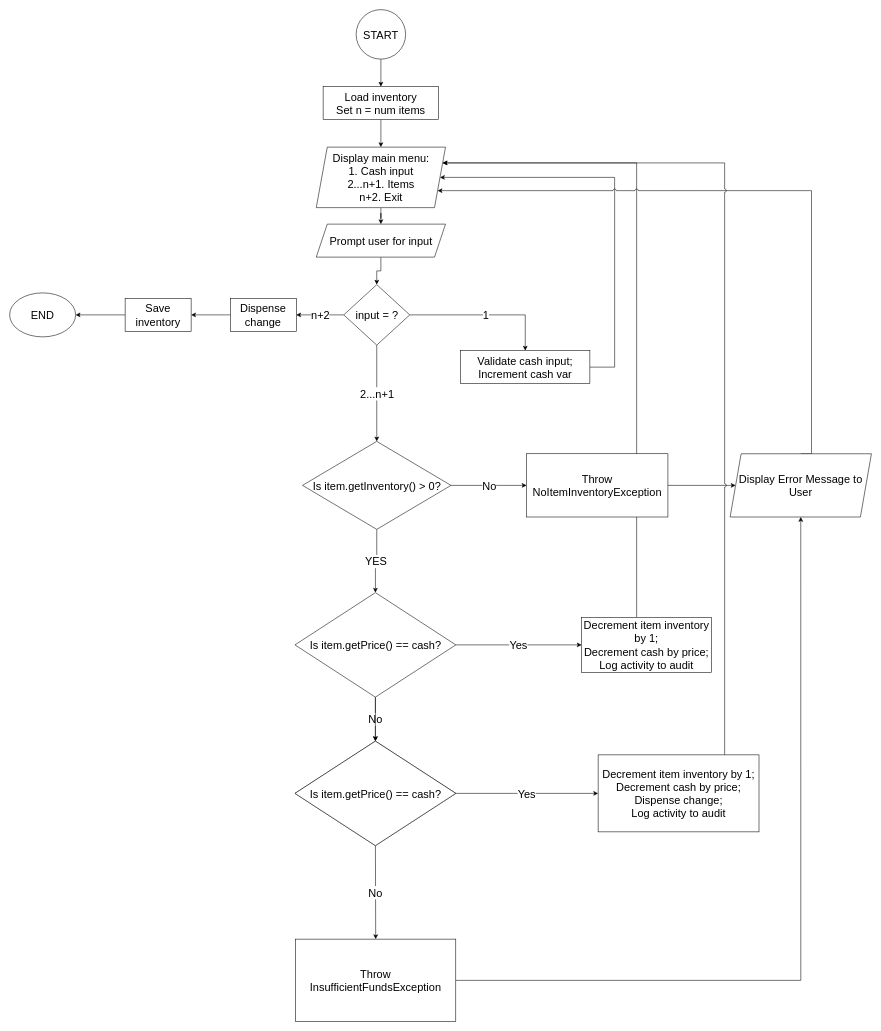
Earlier version of the draw.io diagram page "Flowchart" (3 of 4) of VendingMachineDesign.drawio (The-Software-Guild/vending-machine-assessment-austinwongdev). Source tidied: cells renumbered, new cells numbered last; positions are measured from the earlier drawing's top-left corner, leaving out a move shared by most shapes. Both pictures are drawn from the tidied source at 55%, with x=0, y=0 at pixel (9, 9).
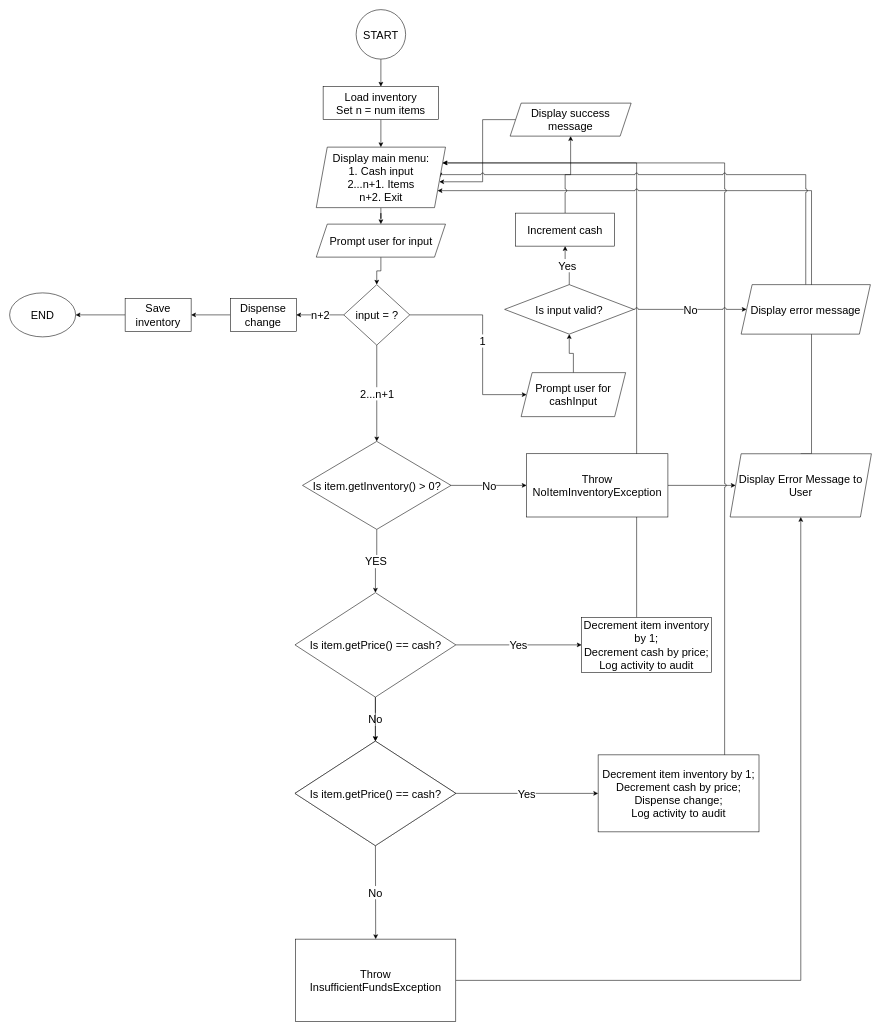
Above is the later version.

The change refers to these unchanged cells:
```xml
<mxCell id="29" value="&lt;div&gt;Display main menu:&lt;/div&gt;&lt;div&gt;1. Cash input&lt;/div&gt;&lt;div&gt;2...n+1. Items&lt;br&gt;&lt;/div&gt;&lt;div&gt;n+2. Exit&lt;br&gt;&lt;/div&gt;" style="shape=parallelogram;perimeter=parallelogramPerimeter;whiteSpace=wrap;html=1;fixedSize=1;fontSize=20;" parent="28" vertex="1">
  <mxGeometry x="557.5" y="250" width="235" height="110" as="geometry" />
</mxCell>
<mxCell id="42" value="input = ?" style="rhombus;whiteSpace=wrap;html=1;fontSize=20;" parent="32" vertex="1">
  <mxGeometry x="607.5" y="500" width="120" height="110" as="geometry" />
</mxCell>
```

What changed in the source:
```diff
@@
-    <mxCell id="7" style="edgeStyle=orthogonalEdgeStyle;rounded=0;jettySize=auto;html=1;entryX=1;entryY=0.5;entryDx=0;entryDy=0;fontSize=20;" parent="1" edge="1" source="23" target="29">
-      <mxGeometry relative="1" as="geometry">
-        <Array as="points">
-          <mxPoint x="1100" y="650" />
-          <mxPoint x="1100" y="305" />
-        </Array>
-      </mxGeometry>
-    </mxCell>
@@
+    <mxCell id="45" style="edgeStyle=orthogonalEdgeStyle;rounded=0;jettySize=auto;html=1;entryX=0.5;entryY=1;entryDx=0;entryDy=0;fontSize=20;strokeColor=#000000;strokeWidth=1;" parent="1" edge="1" source="46" target="49">
+      <mxGeometry relative="1" as="geometry" />
+    </mxCell>
+    <mxCell id="46" value="Prompt user for cashInput" style="shape=parallelogram;perimeter=parallelogramPerimeter;whiteSpace=wrap;html=1;fixedSize=1;fontFamily=Helvetica;fontSize=20;fontColor=#000000;align=center;strokeColor=#000000;fillColor=#ffffff;" parent="1" vertex="1">
+      <mxGeometry x="930" y="660" width="190" height="80" as="geometry" />
+    </mxCell>
+    <mxCell id="47" value="Yes" style="edgeStyle=orthogonalEdgeStyle;rounded=0;jettySize=auto;html=1;entryX=0.5;entryY=1;entryDx=0;entryDy=0;fontSize=20;strokeColor=#000000;strokeWidth=1;" parent="1" edge="1" source="49" target="51">
+      <mxGeometry relative="1" as="geometry" />
+    </mxCell>
+    <mxCell id="48" value="No" style="edgeStyle=orthogonalEdgeStyle;rounded=0;jumpStyle=arc;jettySize=auto;html=1;fontSize=20;strokeColor=#000000;strokeWidth=1;" parent="1" edge="1" source="49" target="55">
+      <mxGeometry relative="1" as="geometry" />
+    </mxCell>
+    <mxCell id="49" value="Is input valid?" style="rhombus;whiteSpace=wrap;html=1;fontFamily=Helvetica;fontSize=20;fontColor=#000000;align=center;strokeColor=#000000;fillColor=#ffffff;" parent="1" vertex="1">
+      <mxGeometry x="900" y="500" width="235" height="90" as="geometry" />
+    </mxCell>
+    <mxCell id="50" style="edgeStyle=orthogonalEdgeStyle;rounded=0;jettySize=auto;html=1;entryX=0.5;entryY=1;entryDx=0;entryDy=0;fontSize=20;strokeColor=#000000;strokeWidth=1;jumpStyle=arc;" parent="1" edge="1" source="51" target="53">
+      <mxGeometry relative="1" as="geometry" />
+    </mxCell>
+    <mxCell id="51" value="Increment cash" style="rounded=0;whiteSpace=wrap;html=1;fontFamily=Helvetica;fontSize=20;fontColor=#000000;align=center;strokeColor=#000000;fillColor=#ffffff;" parent="1" vertex="1">
+      <mxGeometry x="920" y="370" width="180" height="60" as="geometry" />
+    </mxCell>
+    <mxCell id="52" style="edgeStyle=orthogonalEdgeStyle;rounded=0;jettySize=auto;html=1;entryX=0.952;entryY=0.573;entryDx=0;entryDy=0;entryPerimeter=0;fontSize=20;strokeColor=#000000;strokeWidth=1;jumpStyle=arc;" parent="1" edge="1" source="53" target="29">
+      <mxGeometry relative="1" as="geometry">
+        <Array as="points">
+          <mxPoint x="860" y="200" />
+          <mxPoint x="860" y="313" />
+        </Array>
+      </mxGeometry>
+    </mxCell>
+    <mxCell id="53" value="Display success message" style="shape=parallelogram;perimeter=parallelogramPerimeter;whiteSpace=wrap;html=1;fixedSize=1;fontSize=20;" parent="1" vertex="1">
+      <mxGeometry x="910" y="170" width="220" height="60" as="geometry" />
+    </mxCell>
+    <mxCell id="54" style="edgeStyle=orthogonalEdgeStyle;rounded=0;jumpStyle=arc;jettySize=auto;html=1;entryX=1;entryY=0.5;entryDx=0;entryDy=0;fontSize=20;strokeColor=#000000;strokeWidth=1;" parent="1" edge="1" source="55" target="29">
+      <mxGeometry relative="1" as="geometry">
+        <Array as="points">
+          <mxPoint x="1447" y="300" />
+          <mxPoint x="783" y="300" />
+        </Array>
+      </mxGeometry>
+    </mxCell>
+    <mxCell id="55" value="Display error message" style="shape=parallelogram;perimeter=parallelogramPerimeter;whiteSpace=wrap;html=1;fixedSize=1;fontFamily=Helvetica;fontSize=20;fontColor=#000000;align=center;strokeColor=#000000;fillColor=#ffffff;" parent="1" vertex="1">
+      <mxGeometry x="1330" y="500" width="235" height="90" as="geometry" />
+    </mxCell>
@@
-    <mxCell id="23" value="Validate cash input;&lt;br&gt;Increment cash var" style="rounded=0;whiteSpace=wrap;html=1;fontFamily=Helvetica;fontSize=20;fontColor=#000000;align=center;strokeColor=#000000;fillColor=#ffffff;" parent="19" vertex="1">
-      <mxGeometry x="820" y="620" width="235" height="60" as="geometry" />
-    </mxCell>
@@
-    <mxCell id="40" value="1" style="edgeStyle=orthogonalEdgeStyle;rounded=0;jettySize=auto;html=1;fontSize=20;" parent="32" edge="1" source="42" target="23">
-      <mxGeometry relative="1" as="geometry" />
+    <mxCell id="40" value="1" style="edgeStyle=orthogonalEdgeStyle;rounded=0;jettySize=auto;html=1;fontSize=20;entryX=0;entryY=0.5;entryDx=0;entryDy=0;" parent="32" edge="1" source="42" target="46">
+      <mxGeometry relative="1" as="geometry">
+        <Array as="points">
+          <mxPoint x="860" y="555" />
+          <mxPoint x="860" y="700" />
+        </Array>
+      </mxGeometry>
     </mxCell>
```
